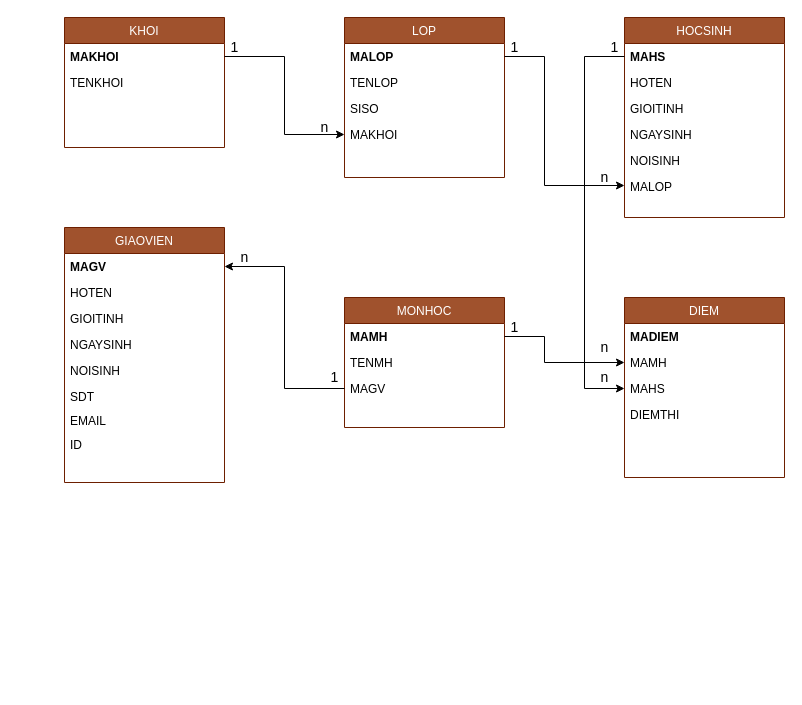
Earlier version of the draw.io diagram logic.drawio (thaodtt09/test). Source tidied: cells renumbered, new cells numbered last; positions are measured from the earlier drawing's top-left corner, leaving out a move shared by most shapes. Both pictures are drawn from the tidied source at 100%, with x=0, y=0 at pixel (64, 17).
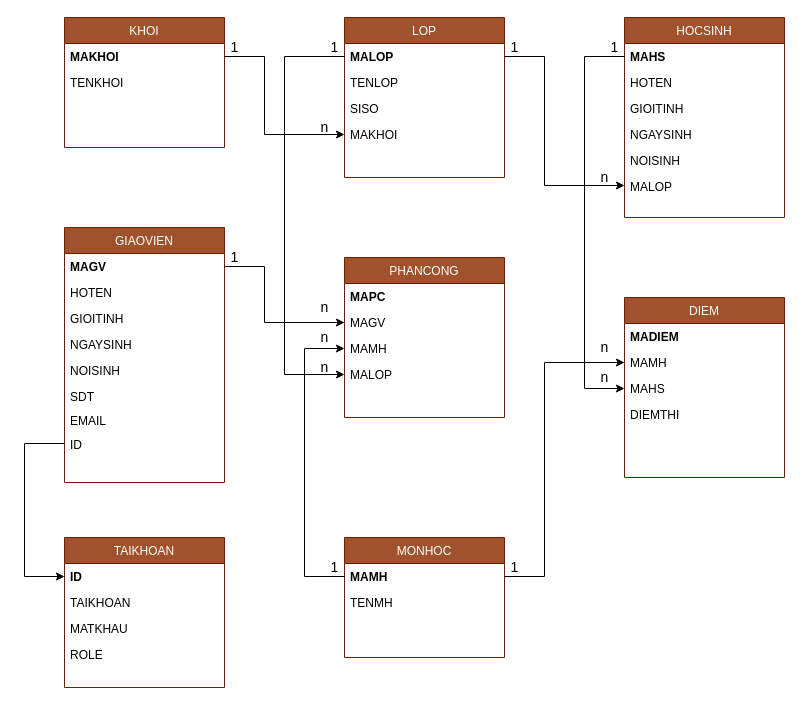
Above is the later version.

Unchanged cells that the change refers to:
```xml
<mxCell id="11" value="MAMH" style="text;align=left;verticalAlign=top;spacingLeft=4;spacingRight=4;overflow=hidden;points=[[0,0.5],[1,0.5]];portConstraint=eastwest;rounded=0;shadow=0;html=0;" parent="9" vertex="1">
  <mxGeometry y="52" width="160" height="26" as="geometry" />
</mxCell>
<mxCell id="15" value="MALOP" style="text;align=left;verticalAlign=top;spacingLeft=4;spacingRight=4;overflow=hidden;points=[[0,0.5],[1,0.5]];portConstraint=eastwest;fontStyle=1;" parent="14" vertex="1">
  <mxGeometry y="26" width="160" height="26" as="geometry" />
</mxCell>
<mxCell id="18" value="MAKHOI" style="text;align=left;verticalAlign=top;spacingLeft=4;spacingRight=4;overflow=hidden;points=[[0,0.5],[1,0.5]];portConstraint=eastwest;rounded=0;shadow=0;html=0;" parent="14" vertex="1">
  <mxGeometry y="104" width="160" height="26" as="geometry" />
</mxCell>
<mxCell id="20" value="MAKHOI" style="text;align=left;verticalAlign=top;spacingLeft=4;spacingRight=4;overflow=hidden;points=[[0,0.5],[1,0.5]];portConstraint=eastwest;fontStyle=1;" parent="19" vertex="1">
  <mxGeometry y="26" width="160" height="26" as="geometry" />
</mxCell>
<mxCell id="23" value="MAMH" style="text;align=left;verticalAlign=top;spacingLeft=4;spacingRight=4;overflow=hidden;points=[[0,0.5],[1,0.5]];portConstraint=eastwest;fontStyle=1;" parent="22" vertex="1">
  <mxGeometry y="26" width="160" height="26" as="geometry" />
</mxCell>
<mxCell id="39" value="MAGV" style="text;align=left;verticalAlign=top;spacingLeft=4;spacingRight=4;overflow=hidden;points=[[0,0.5],[1,0.5]];portConstraint=eastwest;fontStyle=1;" parent="38" vertex="1">
  <mxGeometry y="26" width="160" height="26" as="geometry" />
</mxCell>
<mxCell id="46" value="ID" style="text;align=left;verticalAlign=top;spacingLeft=4;spacingRight=4;overflow=hidden;points=[[0,0.5],[1,0.5]];portConstraint=eastwest;rounded=0;shadow=0;html=0;" parent="38" vertex="1">
  <mxGeometry y="204" width="160" height="24" as="geometry" />
</mxCell>
```

Diff of the diagram source:
```diff
@@
     <mxCell id="22" value="MONHOC" style="swimlane;fontStyle=0;align=center;verticalAlign=top;horizontal=1;startSize=26;rounded=0;shadow=0;strokeWidth=1;fillColor=#a0522d;strokeColor=#6D1F00;fontColor=#ffffff;" parent="1" vertex="1">
-      <mxGeometry x="280" y="280" width="160" height="130" as="geometry" />
+      <mxGeometry x="280" y="520" width="160" height="120" as="geometry" />
     </mxCell>
@@
-    <mxCell id="25" value="MAGV&#10;" style="text;align=left;verticalAlign=top;spacingLeft=4;spacingRight=4;overflow=hidden;points=[[0,0.5],[1,0.5]];portConstraint=eastwest;rounded=0;shadow=0;html=0;" parent="22" vertex="1">
-      <mxGeometry y="78" width="160" height="26" as="geometry" />
-    </mxCell>
     <mxCell id="26" style="edgeStyle=orthogonalEdgeStyle;rounded=0;jettySize=auto;html=1;exitX=1;exitY=0.5;exitDx=0;exitDy=0;entryX=0;entryY=0.5;entryDx=0;entryDy=0;" parent="1" edge="1" source="20" target="18">
-      <mxGeometry relative="1" as="geometry" />
+      <mxGeometry relative="1" as="geometry">
+        <Array as="points">
+          <mxPoint x="200" y="39" />
+          <mxPoint x="200" y="117" />
+        </Array>
+      </mxGeometry>
     </mxCell>
@@
     <mxCell id="33" value="1" style="text;html=1;align=center;verticalAlign=middle;strokeColor=none;fontSize=14;" parent="1" vertex="1">
-      <mxGeometry x="440" y="300" width="20" height="20" as="geometry" />
+      <mxGeometry x="440" y="540" width="20" height="20" as="geometry" />
     </mxCell>
@@
-    <mxCell id="36" style="edgeStyle=orthogonalEdgeStyle;rounded=0;jettySize=auto;html=1;exitX=1;exitY=0.5;exitDx=0;exitDy=0;entryX=0;entryY=0.5;entryDx=0;entryDy=0;" parent="1" edge="1" source="23" target="11">
-      <mxGeometry relative="1" as="geometry">
-        <Array as="points">
-          <mxPoint x="480" y="319" />
-          <mxPoint x="480" y="345" />
-        </Array>
-      </mxGeometry>
-    </mxCell>
@@
-    <mxCell id="47" style="edgeStyle=orthogonalEdgeStyle;rounded=0;jettySize=auto;html=1;exitX=0;exitY=0.5;exitDx=0;exitDy=0;entryX=1;entryY=0.5;entryDx=0;entryDy=0;" parent="1" edge="1" source="25" target="39">
-      <mxGeometry relative="1" as="geometry" />
-    </mxCell>
     <mxCell id="48" value="1" style="text;html=1;align=center;verticalAlign=middle;strokeColor=none;fontSize=14;" parent="1" vertex="1">
-      <mxGeometry x="260" y="350" width="20" height="20" as="geometry" />
+      <mxGeometry x="160" y="230" width="20" height="20" as="geometry" />
     </mxCell>
     <mxCell id="49" value="n" style="text;html=1;align=center;verticalAlign=middle;strokeColor=none;strokeWidth=1;fontSize=14;" parent="1" vertex="1">
-      <mxGeometry x="170" y="230" width="20" height="20" as="geometry" />
+      <mxGeometry x="250" y="280" width="20" height="20" as="geometry" />
     </mxCell>
+    <mxCell id="36" style="edgeStyle=orthogonalEdgeStyle;rounded=0;jettySize=auto;html=1;exitX=1;exitY=0.5;exitDx=0;exitDy=0;entryX=0;entryY=0.5;entryDx=0;entryDy=0;" parent="1" edge="1" source="23" target="11">
+      <mxGeometry relative="1" as="geometry">
+        <Array as="points">
+          <mxPoint x="480" y="559" />
+          <mxPoint x="480" y="345" />
+        </Array>
+      </mxGeometry>
+    </mxCell>
+    <mxCell id="50" value="PHANCONG" style="swimlane;fontStyle=0;align=center;verticalAlign=top;horizontal=1;startSize=26;rounded=0;shadow=0;strokeWidth=1;fillColor=#a0522d;strokeColor=#6D1F00;fontColor=#ffffff;" parent="1" vertex="1">
+      <mxGeometry x="280" y="240" width="160" height="160" as="geometry" />
+    </mxCell>
+    <mxCell id="51" value="MAPC" style="text;align=left;verticalAlign=top;spacingLeft=4;spacingRight=4;overflow=hidden;fontStyle=1;" parent="50" vertex="1">
+      <mxGeometry y="26" width="160" height="26" as="geometry" />
+    </mxCell>
+    <mxCell id="25" value="MAGV&#10;" style="text;align=left;verticalAlign=top;spacingLeft=4;spacingRight=4;overflow=hidden;points=[[0,0.5],[1,0.5]];portConstraint=eastwest;rounded=0;shadow=0;html=0;" parent="50" vertex="1">
+      <mxGeometry y="52" width="160" height="26" as="geometry" />
+    </mxCell>
+    <mxCell id="52" value="MAMH" style="text;align=left;verticalAlign=top;spacingLeft=4;spacingRight=4;overflow=hidden;points=[[0,0.5],[1,0.5]];portConstraint=eastwest;rounded=0;shadow=0;html=0;" parent="50" vertex="1">
+      <mxGeometry y="78" width="160" height="26" as="geometry" />
+    </mxCell>
+    <mxCell id="53" value="MALOP" style="text;align=left;verticalAlign=top;spacingLeft=4;spacingRight=4;overflow=hidden;points=[[0,0.5],[1,0.5]];portConstraint=eastwest;rounded=0;shadow=0;html=0;" parent="50" vertex="1">
+      <mxGeometry y="104" width="160" height="26" as="geometry" />
+    </mxCell>
+    <mxCell id="54" style="edgeStyle=orthogonalEdgeStyle;rounded=0;jettySize=auto;html=1;exitX=1;exitY=0.5;exitDx=0;exitDy=0;entryX=0;entryY=0.5;entryDx=0;entryDy=0;" parent="1" edge="1" source="39" target="25">
+      <mxGeometry relative="1" as="geometry">
+        <Array as="points">
+          <mxPoint x="200" y="249" />
+          <mxPoint x="200" y="305" />
+        </Array>
+      </mxGeometry>
+    </mxCell>
+    <mxCell id="55" style="edgeStyle=orthogonalEdgeStyle;rounded=0;jettySize=auto;html=1;exitX=0;exitY=0.5;exitDx=0;exitDy=0;entryX=0;entryY=0.5;entryDx=0;entryDy=0;" parent="1" edge="1" source="23" target="52">
+      <mxGeometry relative="1" as="geometry">
+        <Array as="points">
+          <mxPoint x="240" y="559" />
+          <mxPoint x="240" y="331" />
+        </Array>
+      </mxGeometry>
+    </mxCell>
+    <mxCell id="56" value="1" style="text;html=1;align=center;verticalAlign=middle;strokeColor=none;fontSize=14;" parent="1" vertex="1">
+      <mxGeometry x="260" y="540" width="20" height="20" as="geometry" />
+    </mxCell>
+    <mxCell id="57" value="n" style="text;html=1;align=center;verticalAlign=middle;strokeColor=none;strokeWidth=1;fontSize=14;" parent="1" vertex="1">
+      <mxGeometry x="250" y="310" width="20" height="20" as="geometry" />
+    </mxCell>
+    <mxCell id="58" style="edgeStyle=orthogonalEdgeStyle;rounded=0;jettySize=auto;html=1;exitX=0;exitY=0.5;exitDx=0;exitDy=0;entryX=0;entryY=0.5;entryDx=0;entryDy=0;" parent="1" edge="1" source="15" target="53">
+      <mxGeometry relative="1" as="geometry">
+        <Array as="points">
+          <mxPoint x="220" y="39" />
+          <mxPoint x="220" y="357" />
+        </Array>
+      </mxGeometry>
+    </mxCell>
+    <mxCell id="59" value="1" style="text;html=1;align=center;verticalAlign=middle;strokeColor=none;fontSize=14;" parent="1" vertex="1">
+      <mxGeometry x="260" y="20" width="20" height="20" as="geometry" />
+    </mxCell>
+    <mxCell id="60" value="n" style="text;html=1;align=center;verticalAlign=middle;strokeColor=none;strokeWidth=1;fontSize=14;" parent="1" vertex="1">
+      <mxGeometry x="250" y="340" width="20" height="20" as="geometry" />
+    </mxCell>
+    <mxCell id="61" value="TAIKHOAN" style="swimlane;fontStyle=0;align=center;verticalAlign=top;horizontal=1;startSize=26;rounded=0;shadow=0;strokeWidth=1;fillColor=#a0522d;strokeColor=#6D1F00;fontColor=#ffffff;" parent="1" vertex="1">
+      <mxGeometry y="520" width="160" height="150" as="geometry" />
+    </mxCell>
+    <mxCell id="62" value="ID" style="text;align=left;verticalAlign=top;spacingLeft=4;spacingRight=4;overflow=hidden;points=[[0,0.5],[1,0.5]];portConstraint=eastwest;fontStyle=1;" parent="61" vertex="1">
+      <mxGeometry y="26" width="160" height="26" as="geometry" />
+    </mxCell>
+    <mxCell id="63" value="TAIKHOAN" style="text;align=left;verticalAlign=top;spacingLeft=4;spacingRight=4;overflow=hidden;rounded=0;shadow=0;html=0;" parent="61" vertex="1">
+      <mxGeometry y="52" width="160" height="26" as="geometry" />
+    </mxCell>
+    <mxCell id="64" value="MATKHAU" style="text;align=left;verticalAlign=top;spacingLeft=4;spacingRight=4;overflow=hidden;rounded=0;shadow=0;html=0;" parent="61" vertex="1">
+      <mxGeometry y="78" width="160" height="26" as="geometry" />
+    </mxCell>
+    <mxCell id="65" value="ROLE" style="text;align=left;verticalAlign=top;spacingLeft=4;spacingRight=4;overflow=hidden;rounded=0;shadow=0;html=0;" parent="61" vertex="1">
+      <mxGeometry y="104" width="160" height="26" as="geometry" />
+    </mxCell>
+    <mxCell id="66" style="edgeStyle=orthogonalEdgeStyle;rounded=0;jettySize=auto;html=1;exitX=0;exitY=0.5;exitDx=0;exitDy=0;entryX=0;entryY=0.5;entryDx=0;entryDy=0;" parent="1" edge="1" source="46" target="62">
+      <mxGeometry relative="1" as="geometry">
+        <Array as="points">
+          <mxPoint x="-40" y="426" />
+          <mxPoint x="-40" y="559" />
+        </Array>
+      </mxGeometry>
+    </mxCell>
```
